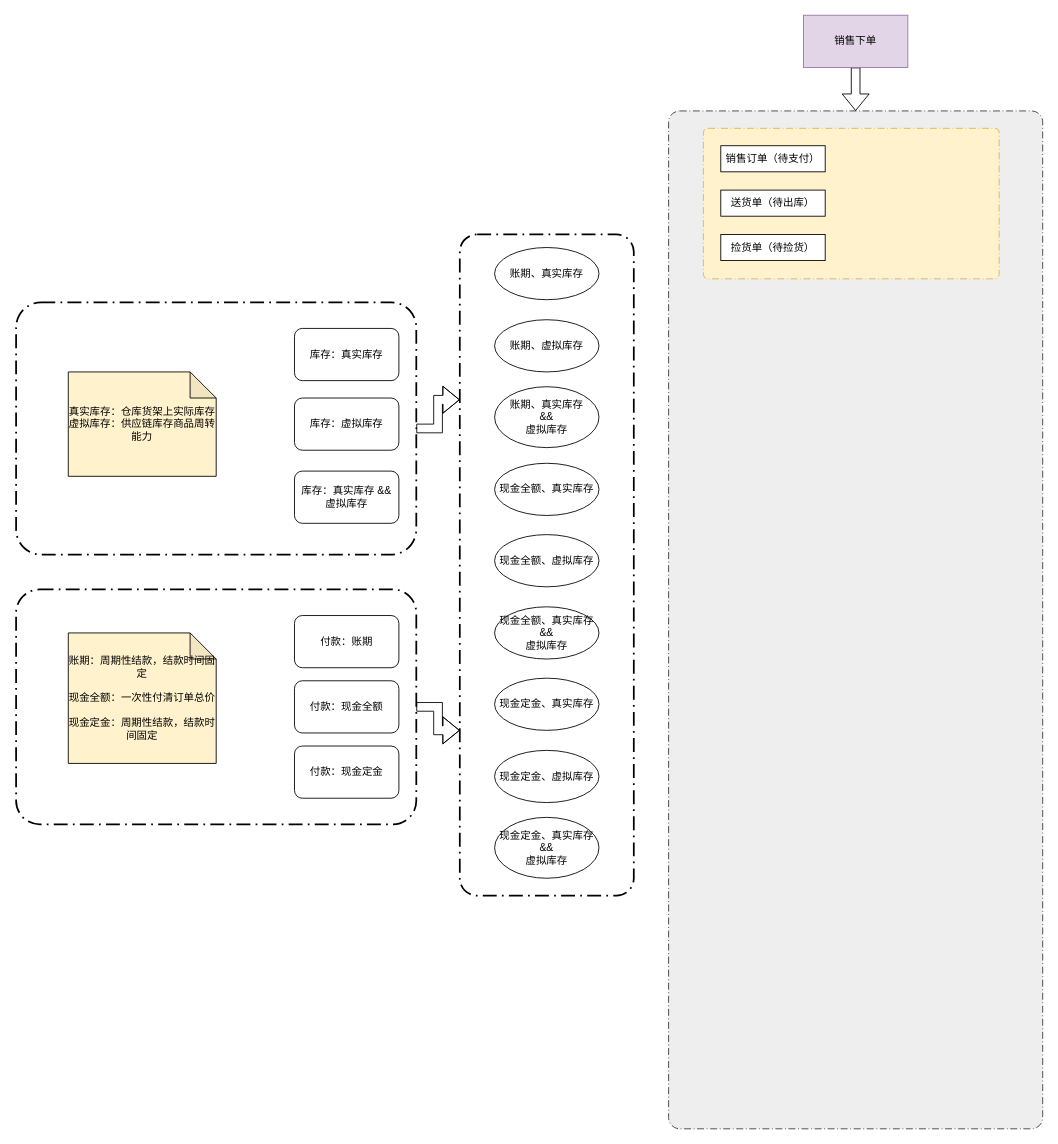
Above: page "第 2 页" (2 of 4) of 技术架构.drawio in jason-live/flow (draw.io), before the change. Source tidied: cells renumbered, new cells numbered last; positions are measured from the earlier drawing's top-left corner, leaving out a move shared by most shapes. Both pictures are drawn from the tidied source at 87%, with x=0, y=0 at pixel (16, 15).
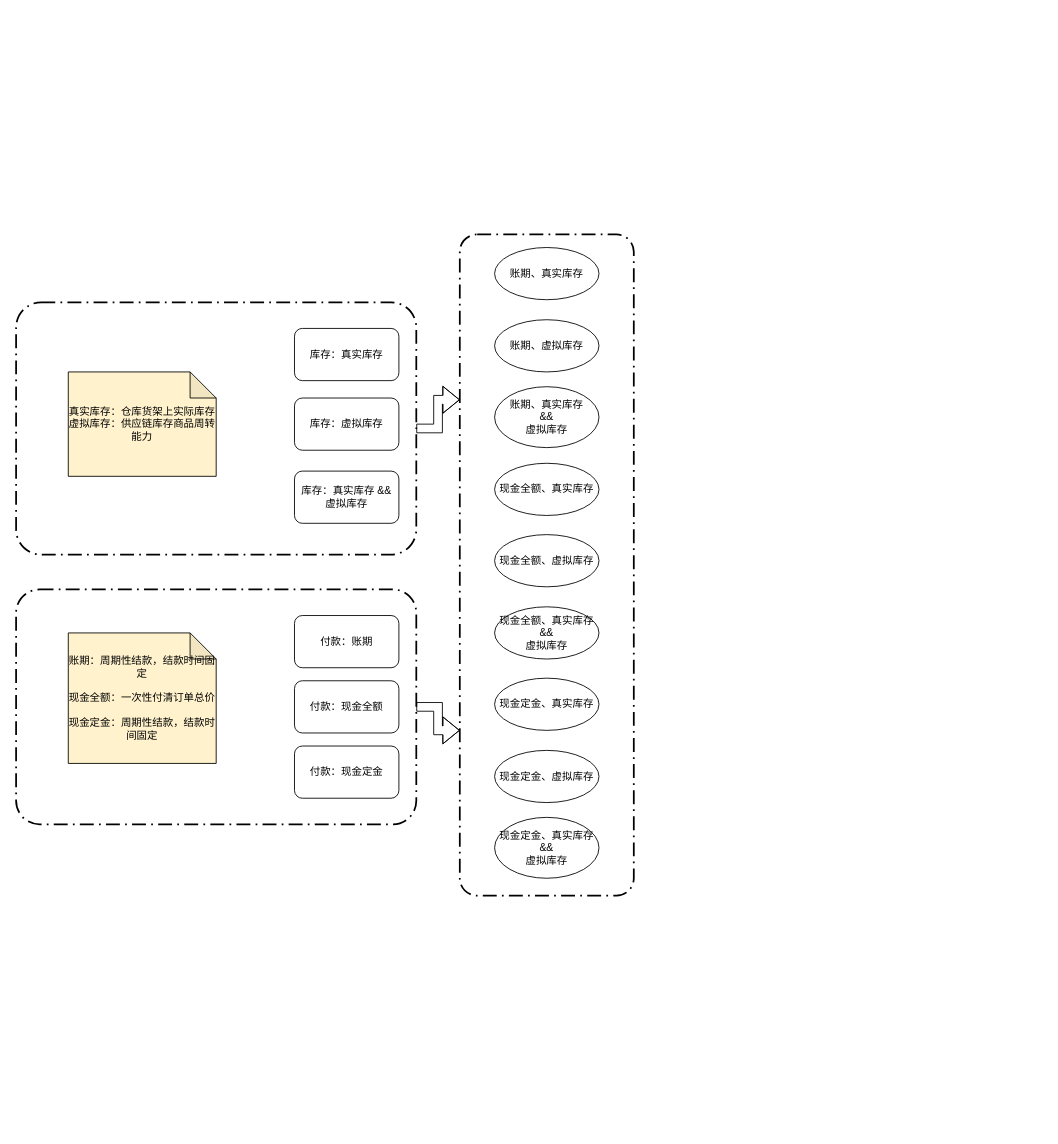
The same page after the edit.

The edit, as a diff of the source:
```diff
@@
-    <mxCell id="2" style="rounded=1;arcSize=3;dashed=1;fillColor=#eeeeee;dashPattern=8 3 1 3;strokeWidth=1;shadow=0;html=1;strokeColor=#36393d;" parent="1" vertex="1">
-      <mxGeometry x="750" y="110" width="430" height="1170" as="geometry" />
-    </mxCell>
@@
-    <mxCell id="25" style="rounded=1;arcSize=3;dashed=1;strokeColor=#d6b656;fillColor=#fff2cc;dashPattern=8 3 1 3;strokeWidth=1;shadow=0;html=1;" parent="1" vertex="1">
-      <mxGeometry x="790" y="130" width="340" height="173" as="geometry" />
-    </mxCell>
-    <mxCell id="26" value="销售订单（待支付）" style="rounded=0;whiteSpace=wrap;html=1;shadow=0;strokeWidth=1;" parent="1" vertex="1">
-      <mxGeometry x="810" y="150" width="120" height="30" as="geometry" />
-    </mxCell>
-    <mxCell id="27" value="送货单（待出库）" style="rounded=0;whiteSpace=wrap;html=1;shadow=0;strokeWidth=1;" parent="1" vertex="1">
-      <mxGeometry x="810" y="201" width="120" height="30" as="geometry" />
-    </mxCell>
-    <mxCell id="28" value="捡货单（待捡货）" style="rounded=0;whiteSpace=wrap;html=1;shadow=0;strokeWidth=1;" parent="1" vertex="1">
-      <mxGeometry x="810" y="252" width="120" height="30" as="geometry" />
-    </mxCell>
-    <mxCell id="29" style="edgeStyle=orthogonalEdgeStyle;shape=flexArrow;rounded=0;jettySize=auto;html=1;exitX=0.5;exitY=1;exitDx=0;exitDy=0;entryX=0.5;entryY=0;entryDx=0;entryDy=0;" parent="1" edge="1" source="30" target="2">
-      <mxGeometry relative="1" as="geometry" />
-    </mxCell>
-    <mxCell id="30" value="销售下单" style="rounded=0;whiteSpace=wrap;html=1;shadow=0;strokeWidth=1;fillColor=#e1d5e7;strokeColor=#9673a6;" parent="1" vertex="1">
-      <mxGeometry x="905" width="120" height="60" as="geometry" />
-    </mxCell>
```
